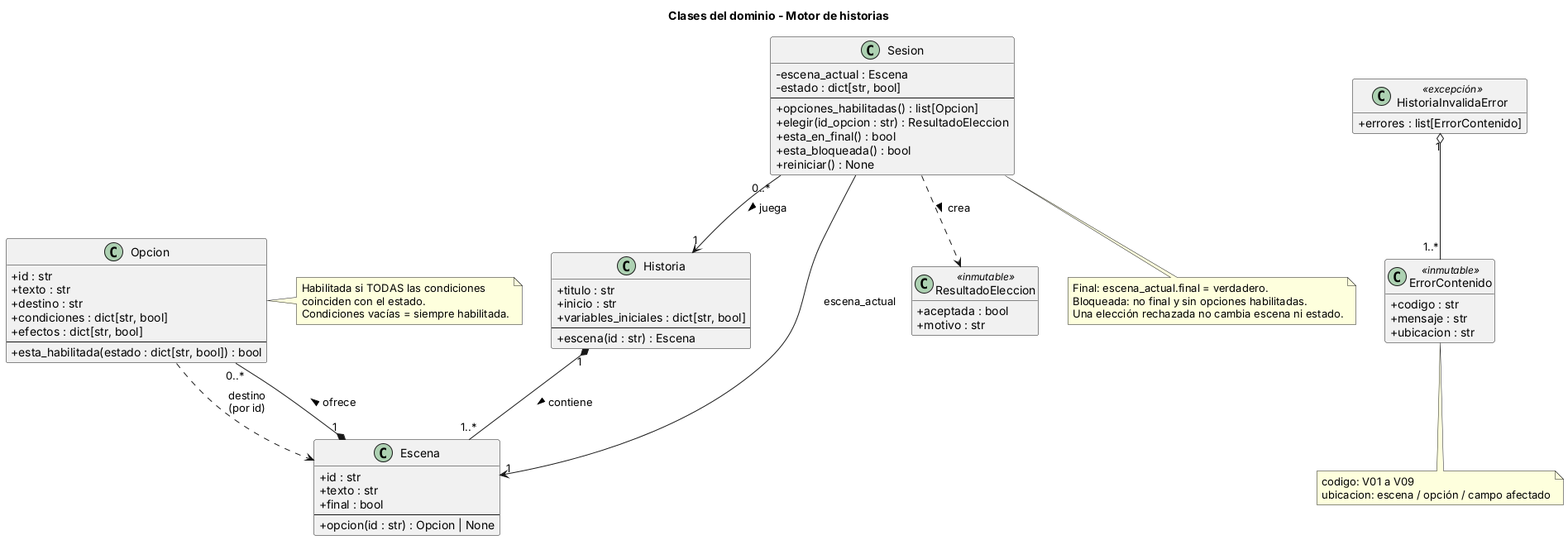
The PlantUML diagram docs/diagramas/03_clases.png in sebastian-caicedo/parcial_ultima_transmision, before a commit. The source it was exported from:
```plantuml
@startuml clases
title Clases del dominio - Motor de historias
skinparam classAttributeIconSize 0
skinparam shadowing false
hide empty members

class Historia {
  + titulo : str
  + inicio : str
  + variables_iniciales : dict[str, bool]
  --
  + escena(id : str) : Escena
}

class Escena {
  + id : str
  + texto : str
  + final : bool
  --
  + opcion(id : str) : Opcion | None
}

class Opcion {
  + id : str
  + texto : str
  + destino : str
  + condiciones : dict[str, bool]
  + efectos : dict[str, bool]
  --
  + esta_habilitada(estado : dict[str, bool]) : bool
}

class Sesion {
  - escena_actual : Escena
  - estado : dict[str, bool]
  --
  + opciones_habilitadas() : list[Opcion]
  + elegir(id_opcion : str) : ResultadoEleccion
  + esta_en_final() : bool
  + esta_bloqueada() : bool
  + reiniciar() : None
}

class ResultadoEleccion <<inmutable>> {
  + aceptada : bool
  + motivo : str
}

class ErrorContenido <<inmutable>> {
  + codigo : str
  + mensaje : str
  + ubicacion : str
}

class HistoriaInvalidaError <<excepción>> {
  + errores : list[ErrorContenido]
}

Historia "1" *-- "1..*" Escena : contiene >
Escena "1" *-- "0..*" Opcion : ofrece >
Opcion ..> Escena : destino\n(por id)
Sesion "0..*" --> "1" Historia : juega >
Sesion --> "1" Escena : escena_actual
Sesion ..> ResultadoEleccion : crea >
HistoriaInvalidaError "1" o-- "1..*" ErrorContenido

note right of Opcion
  Habilitada si TODAS las condiciones
  coinciden con el estado.
  Condiciones vacías = siempre habilitada.
end note

note bottom of Sesion
  Final: escena_actual.final = verdadero.
  Bloqueada: no final y sin opciones habilitadas.
  Una elección rechazada no cambia escena ni estado.
end note

note bottom of ErrorContenido
  codigo: V01 a V09
  ubicacion: escena / opción / campo afectado
end note
@enduml
```
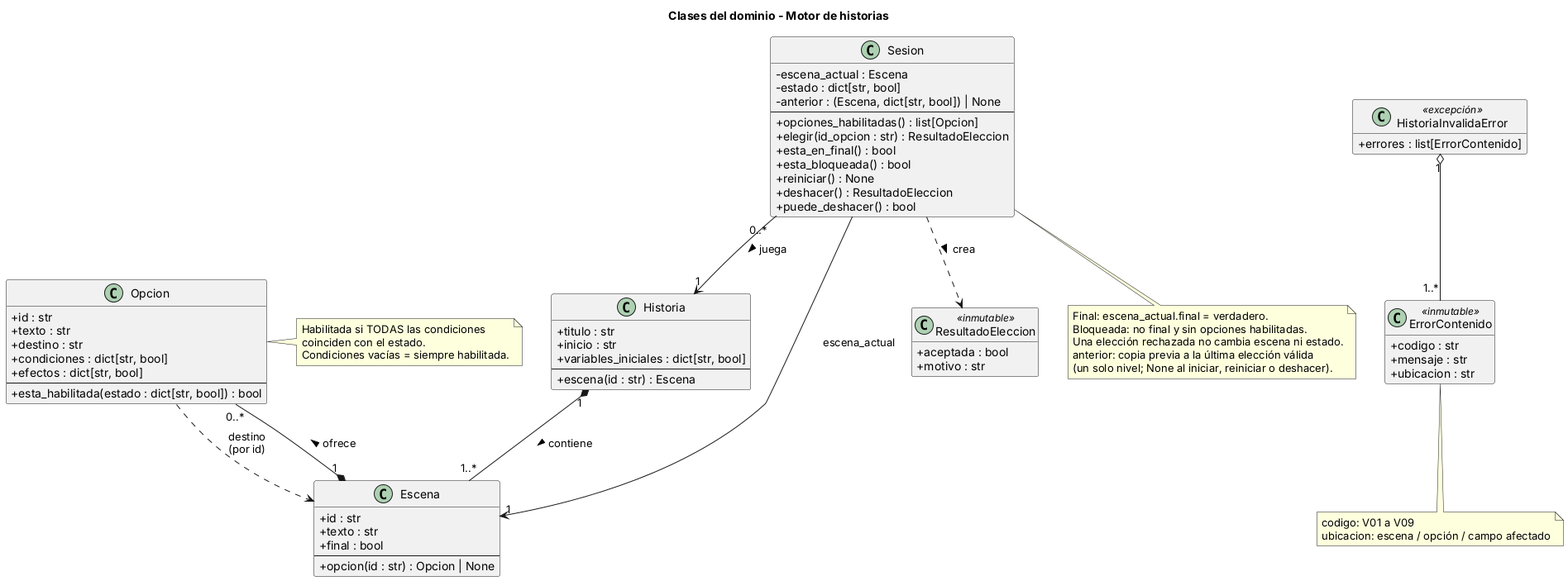
After the commit.

Change to the diagram source:
```diff
@@ -33,12 +33,15 @@
 class Sesion {
   - escena_actual : Escena
   - estado : dict[str, bool]
+  - anterior : (Escena, dict[str, bool]) | None
   --
   + opciones_habilitadas() : list[Opcion]
   + elegir(id_opcion : str) : ResultadoEleccion
   + esta_en_final() : bool
   + esta_bloqueada() : bool
   + reiniciar() : None
+  + deshacer() : ResultadoEleccion
+  + puede_deshacer() : bool
 }
 
 class ResultadoEleccion <<inmutable>> {
@@ -74,6 +77,8 @@
   Final: escena_actual.final = verdadero.
   Bloqueada: no final y sin opciones habilitadas.
   Una elección rechazada no cambia escena ni estado.
+  anterior: copia previa a la última elección válida
+  (un solo nivel; None al iniciar, reiniciar o deshacer).
 end note
 
 note bottom of ErrorContenido
```
